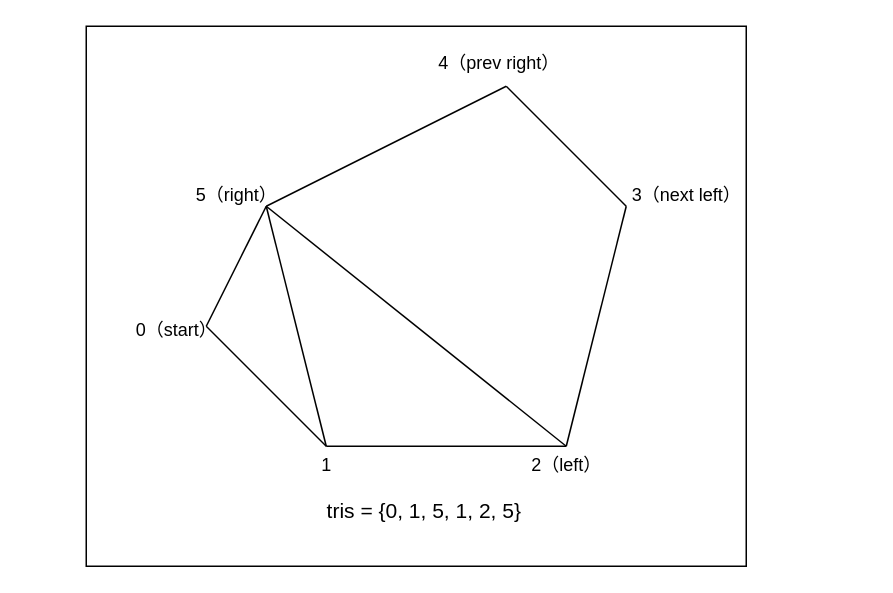
Before: page "Page-6-3" (38 of 41) of file/Algorithm/NavmeshNavigation/NavmeshNavigation.drawio in FallingXun/FallingXun.github.io, a draw.io diagram. Source tidied: cells renumbered, new cells numbered last; positions are measured from the earlier drawing's top-left corner, leaving out a move shared by most shapes. Both pictures are drawn from the tidied source at 150%, with x=0, y=0 at pixel (86, 26).
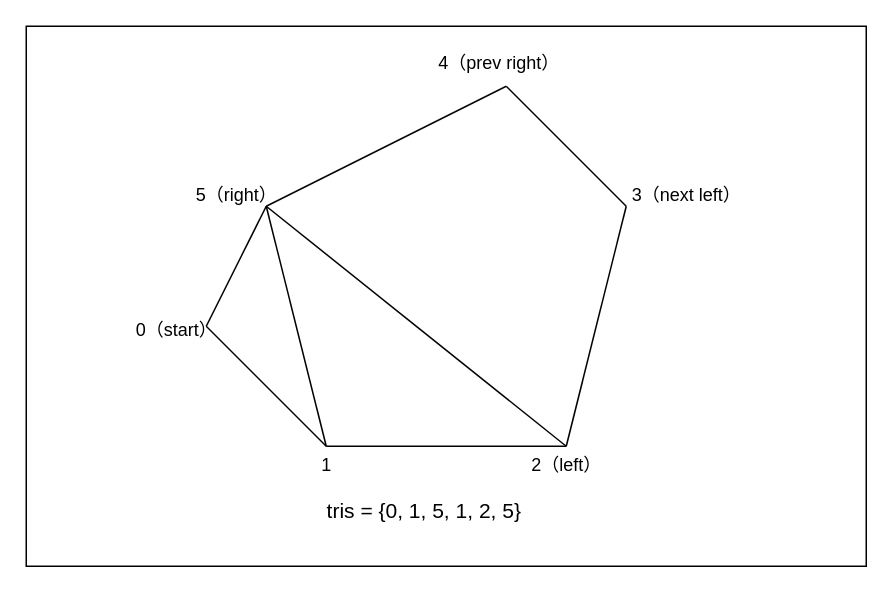
Above is the later version.

Change to the diagram source:
```diff
@@
-    <mxCell id="17" style="rounded=0;whiteSpace=wrap;html=1;fillColor=none;" parent="1" vertex="1">
-      <mxGeometry width="440" height="360" as="geometry" />
-    </mxCell>
+    <mxCell id="18" style="rounded=0;whiteSpace=wrap;html=1;fillColor=none;" parent="1" vertex="1">
+      <mxGeometry x="-40" width="560" height="360" as="geometry" />
+    </mxCell>
```
